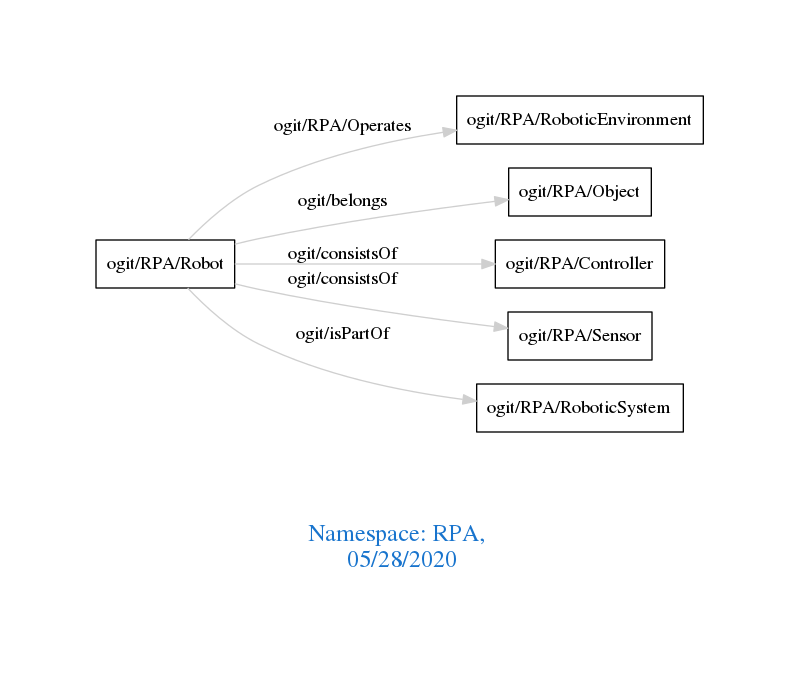
The Graphviz diagram downloads/RPA.png in arago/OGIT, before a commit. Its source is kept beside it as downloads/RPA.dot.
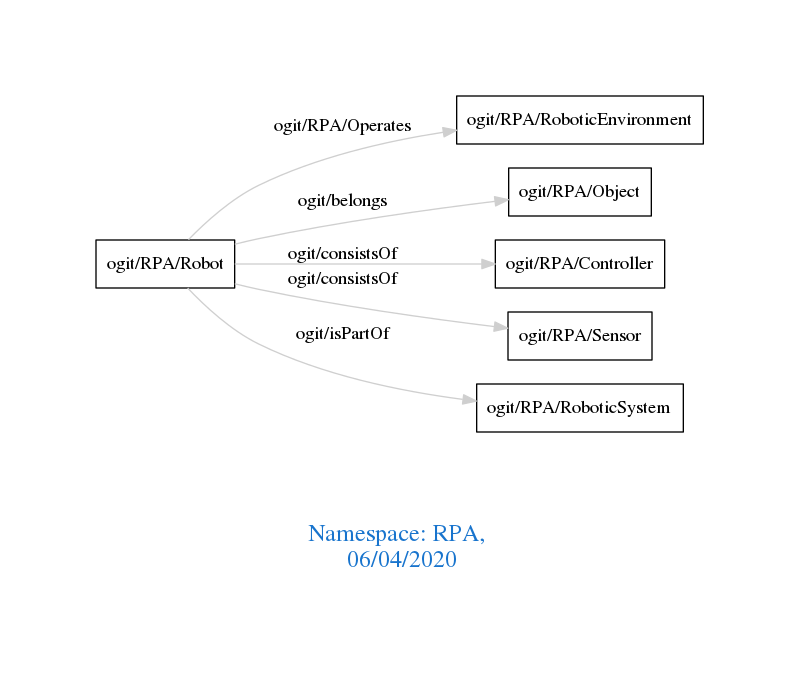
The same diagram one commit later.

The edit, as a diff of the source:
```diff
@@ -1,7 +1,7 @@
 digraph OGIT_ontology {
  graph [ rankdir= LR,pad=1
 fontsize = 18,
-fontcolor= dodgerblue3,label = "\n\n\nNamespace: RPA, \n 05/28/2020"];
+fontcolor= dodgerblue3,label = "\n\n\nNamespace: RPA, \n 06/04/2020"];
 node[shape=polygon];
 edge [  color="gray81"];
 
```
